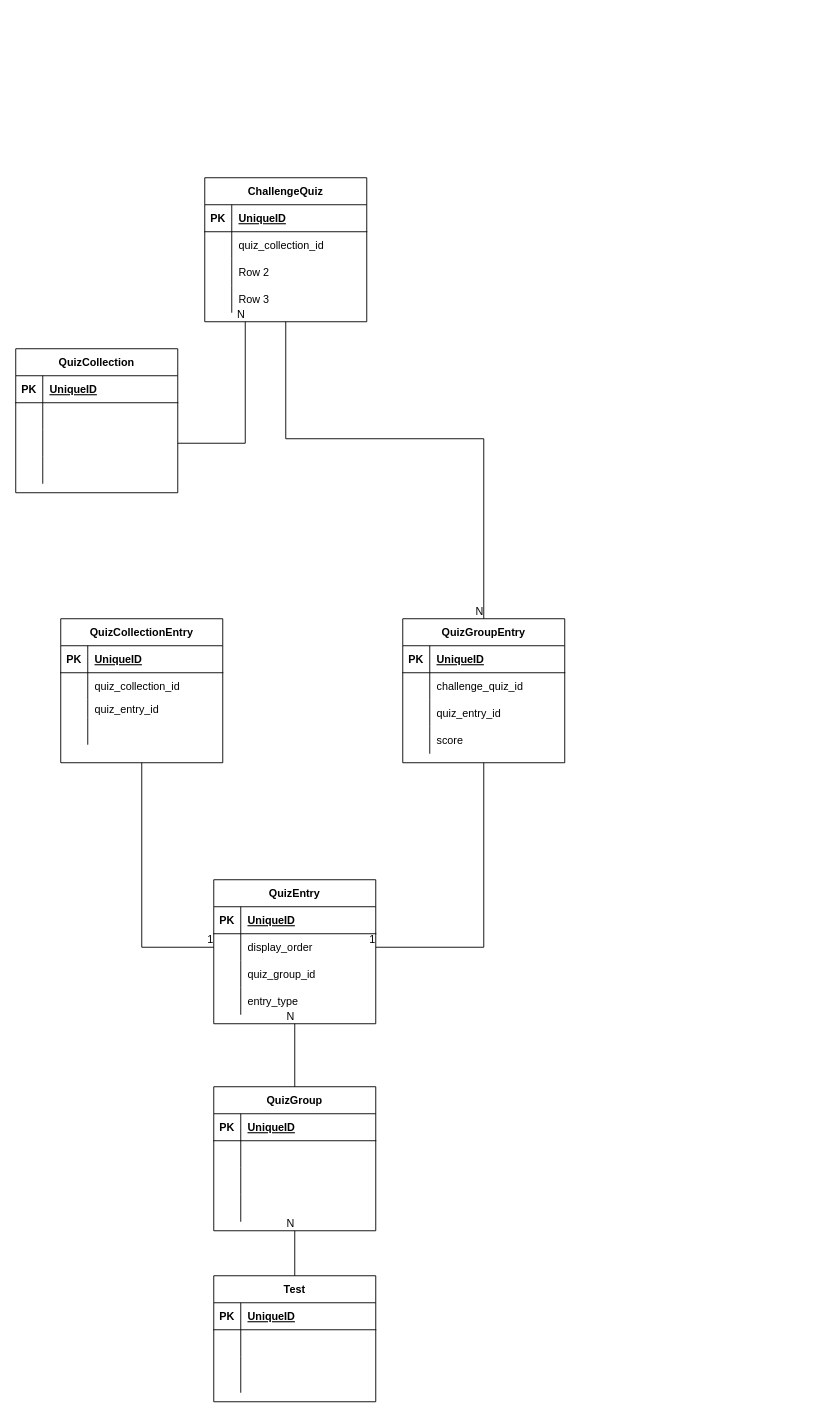
Earlier version of the draw.io diagram quiz.drawio (Parkyes90/arch_draw). Source tidied: cells renumbered, new cells numbered last; positions are measured from the earlier drawing's top-left corner, leaving out a move shared by most shapes. Both pictures are drawn from the tidied source at 90%, with x=0, y=0 at pixel (15, 177).
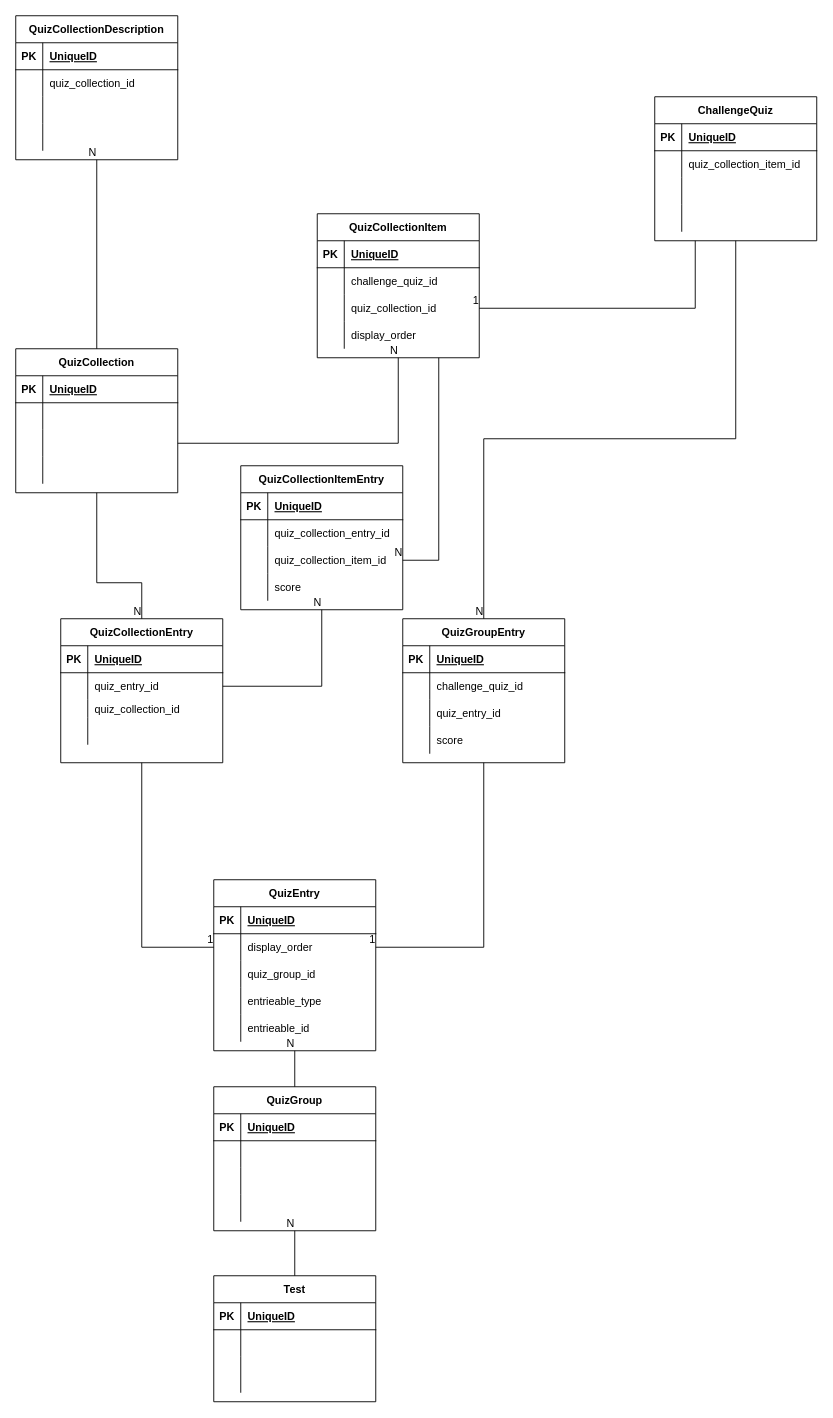
After the change.

Unchanged cells that the change refers to:
```xml
<mxCell id="37" style="shape=partialRectangle;fillColor=none;top=0;left=0;bottom=0;right=0;" parent="27" vertex="1">
  <mxGeometry y="120" width="180" height="30" as="geometry" />
</mxCell>
<mxCell id="42" value="QuizGroupEntry" style="shape=table;startSize=30;childLayout=tableLayout;rowLines=0;fontStyle=1;align=center;" parent="1" vertex="1">
  <mxGeometry x="430" y="490" width="180" height="160" as="geometry" />
</mxCell>
<mxCell id="55" value="QuizCollectionEntry" style="shape=table;startSize=30;childLayout=tableLayout;rowLines=0;fontStyle=1;align=center;" parent="1" vertex="1">
  <mxGeometry x="50" y="490" width="180" height="160" as="geometry" />
</mxCell>
<mxCell id="59" style="shape=partialRectangle;fillColor=none;top=0;left=0;bottom=0;right=0;points=[[0,0.5],[1,0.5]];portConstraint=eastwest;" parent="55" vertex="1">
  <mxGeometry y="60" width="180" height="30" as="geometry" />
</mxCell>
<mxCell id="62" style="shape=partialRectangle;fillColor=none;top=0;left=0;bottom=0;right=0;" parent="55" vertex="1">
  <mxGeometry y="90" width="180" height="20" as="geometry" />
</mxCell>
<mxCell id="76" style="shape=partialRectangle;fillColor=none;top=0;left=0;bottom=0;right=0;" parent="72" vertex="1">
  <mxGeometry y="60" width="180" height="30" as="geometry" />
</mxCell>
<mxCell id="79" style="shape=partialRectangle;fillColor=none;top=0;left=0;bottom=0;right=0;" parent="72" vertex="1">
  <mxGeometry y="90" width="180" height="30" as="geometry" />
</mxCell>
<mxCell id="82" style="shape=partialRectangle;fillColor=none;top=0;left=0;bottom=0;right=0;" parent="72" vertex="1">
  <mxGeometry y="120" width="180" height="30" as="geometry" />
</mxCell>
<mxCell id="89" value="QuizCollection" style="shape=table;startSize=30;childLayout=tableLayout;rowLines=0;fontStyle=1;align=center;" parent="1" vertex="1">
  <mxGeometry y="190" width="180" height="160" as="geometry" />
</mxCell>
<mxCell id="96" style="shape=partialRectangle;fillColor=none;top=0;left=0;bottom=0;right=0;points=[[0,0.5],[1,0.5]];portConstraint=eastwest;" parent="89" vertex="1">
  <mxGeometry y="90" width="180" height="30" as="geometry" />
</mxCell>
```

The edit, as a diff of the source:
```diff
@@
     <mxCell id="27" value="QuizEntry" style="shape=table;startSize=30;childLayout=tableLayout;rowLines=0;fontStyle=1;align=center;" parent="1" vertex="1">
-      <mxGeometry x="220" y="780" width="180" height="160" as="geometry" />
+      <mxGeometry x="220" y="780" width="180" height="190" as="geometry" />
     </mxCell>
@@
-    <mxCell id="39" value="entry_type" style="shape=partialRectangle;fillColor=none;top=0;left=0;bottom=0;right=0;align=left;spacingLeft=6;overflow=hidden;" parent="37" vertex="1">
+    <mxCell id="39" value="entrieable_type" style="shape=partialRectangle;fillColor=none;top=0;left=0;bottom=0;right=0;align=left;spacingLeft=6;overflow=hidden;" parent="37" vertex="1">
       <mxGeometry x="30" width="150" height="30" as="geometry" />
     </mxCell>
+    <mxCell id="102" style="shape=partialRectangle;fillColor=none;top=0;left=0;bottom=0;right=0;" parent="27" vertex="1">
+      <mxGeometry y="150" width="180" height="30" as="geometry" />
+    </mxCell>
+    <mxCell id="103" style="shape=partialRectangle;fillColor=none;top=0;left=0;bottom=0;right=0;overflow=hidden;" parent="102" vertex="1">
+      <mxGeometry width="30" height="30" as="geometry" />
+    </mxCell>
+    <mxCell id="104" value="entrieable_id" style="shape=partialRectangle;fillColor=none;top=0;left=0;bottom=0;right=0;align=left;spacingLeft=6;overflow=hidden;" parent="102" vertex="1">
+      <mxGeometry x="30" width="150" height="30" as="geometry" />
+    </mxCell>
@@
-    <mxCell id="61" value="quiz_collection_id" style="shape=partialRectangle;fillColor=none;top=0;left=0;bottom=0;right=0;align=left;spacingLeft=6;overflow=hidden;" parent="59" vertex="1">
+    <mxCell id="61" value="quiz_entry_id" style="shape=partialRectangle;fillColor=none;top=0;left=0;bottom=0;right=0;align=left;spacingLeft=6;overflow=hidden;" parent="59" vertex="1">
       <mxGeometry x="30" width="150" height="30" as="geometry" />
     </mxCell>
@@
-    <mxCell id="64" value="quiz_entry_id" style="shape=partialRectangle;fillColor=none;top=0;left=0;bottom=0;right=0;align=left;spacingLeft=6;overflow=hidden;" parent="62" vertex="1">
+    <mxCell id="64" value="quiz_collection_id" style="shape=partialRectangle;fillColor=none;top=0;left=0;bottom=0;right=0;align=left;spacingLeft=6;overflow=hidden;" parent="62" vertex="1">
       <mxGeometry x="30" width="150" height="20" as="geometry" />
     </mxCell>
@@
     <mxCell id="72" value="ChallengeQuiz" style="shape=table;startSize=30;childLayout=tableLayout;rowLines=0;fontStyle=1;align=center;" parent="1" vertex="1">
-      <mxGeometry x="210" width="180" height="160" as="geometry" />
+      <mxGeometry x="710" y="-90" width="180" height="160" as="geometry" />
     </mxCell>
@@
-    <mxCell id="78" value="quiz_collection_id" style="shape=partialRectangle;fillColor=none;top=0;left=0;bottom=0;right=0;align=left;spacingLeft=6;overflow=hidden;" parent="76" vertex="1">
+    <mxCell id="78" value="quiz_collection_item_id" style="shape=partialRectangle;fillColor=none;top=0;left=0;bottom=0;right=0;align=left;spacingLeft=6;overflow=hidden;" parent="76" vertex="1">
       <mxGeometry x="30" width="150" height="30" as="geometry" />
     </mxCell>
@@
-    <mxCell id="81" value="Row 2" style="shape=partialRectangle;fillColor=none;top=0;left=0;bottom=0;right=0;align=left;spacingLeft=6;overflow=hidden;" parent="79" vertex="1">
+    <mxCell id="81" style="shape=partialRectangle;fillColor=none;top=0;left=0;bottom=0;right=0;align=left;spacingLeft=6;overflow=hidden;" parent="79" vertex="1">
       <mxGeometry x="30" width="150" height="30" as="geometry" />
     </mxCell>
@@
-    <mxCell id="84" value="Row 3" style="shape=partialRectangle;fillColor=none;top=0;left=0;bottom=0;right=0;align=left;spacingLeft=6;overflow=hidden;" parent="82" vertex="1">
+    <mxCell id="84" style="shape=partialRectangle;fillColor=none;top=0;left=0;bottom=0;right=0;align=left;spacingLeft=6;overflow=hidden;" parent="82" vertex="1">
       <mxGeometry x="30" width="150" height="30" as="geometry" />
     </mxCell>
     <mxCell id="85" style="endArrow=none;html=1;rounded=0;exitX=0.5;exitY=1;exitDx=0;exitDy=0;entryX=0.5;entryY=0;entryDx=0;entryDy=0;" parent="1" edge="1" source="72" target="42">
       <mxGeometry relative="1" as="geometry">
         <Array as="points">
-          <mxPoint x="300" y="290" />
+          <mxPoint x="800" y="290" />
           <mxPoint x="520" y="290" />
         </Array>
       </mxGeometry>
     </mxCell>
@@
-    <mxCell id="87" style="endArrow=none;html=1;rounded=0;entryX=0.25;entryY=1;entryDx=0;entryDy=0;exitX=1;exitY=0.5;exitDx=0;exitDy=0;" parent="1" edge="1" source="96" target="72">
-      <mxGeometry relative="1" as="geometry">
-        <Array as="points">
-          <mxPoint x="255" y="295" />
-        </Array>
-      </mxGeometry>
-    </mxCell>
-    <mxCell id="88" value="N" style="html=1;align=right;verticalAlign=bottom;" parent="87" vertex="1">
-      <mxGeometry x="1" relative="1" as="geometry" />
-    </mxCell>
@@
+    <mxCell id="105" value="QuizCollectionDescription" style="shape=table;startSize=30;childLayout=tableLayout;rowLines=0;fontStyle=1;align=center;" parent="1" vertex="1">
+      <mxGeometry y="-180" width="180" height="160" as="geometry" />
+    </mxCell>
+    <mxCell id="106" style="shape=partialRectangle;fillColor=none;top=0;left=0;bottom=1;right=0;" parent="105" vertex="1">
+      <mxGeometry y="30" width="180" height="30" as="geometry" />
+    </mxCell>
+    <mxCell id="107" value="PK" style="shape=partialRectangle;fillColor=none;top=0;left=0;bottom=0;right=0;fontStyle=1;overflow=hidden;" parent="106" vertex="1">
+      <mxGeometry width="30" height="30" as="geometry" />
+    </mxCell>
+    <mxCell id="108" value="UniqueID" style="shape=partialRectangle;fillColor=none;top=0;left=0;bottom=0;right=0;align=left;spacingLeft=6;fontStyle=5;overflow=hidden;" parent="106" vertex="1">
+      <mxGeometry x="30" width="150" height="30" as="geometry" />
+    </mxCell>
+    <mxCell id="109" style="shape=partialRectangle;fillColor=none;top=0;left=0;bottom=0;right=0;" parent="105" vertex="1">
+      <mxGeometry y="60" width="180" height="30" as="geometry" />
+    </mxCell>
+    <mxCell id="110" style="shape=partialRectangle;fillColor=none;top=0;left=0;bottom=0;right=0;overflow=hidden;" parent="109" vertex="1">
+      <mxGeometry width="30" height="30" as="geometry" />
+    </mxCell>
+    <mxCell id="111" value="quiz_collection_id" style="shape=partialRectangle;fillColor=none;top=0;left=0;bottom=0;right=0;align=left;spacingLeft=6;overflow=hidden;" parent="109" vertex="1">
+      <mxGeometry x="30" width="150" height="30" as="geometry" />
+    </mxCell>
+    <mxCell id="112" style="shape=partialRectangle;fillColor=none;top=0;left=0;bottom=0;right=0;" parent="105" vertex="1">
+      <mxGeometry y="90" width="180" height="30" as="geometry" />
+    </mxCell>
+    <mxCell id="113" style="shape=partialRectangle;fillColor=none;top=0;left=0;bottom=0;right=0;overflow=hidden;" parent="112" vertex="1">
+      <mxGeometry width="30" height="30" as="geometry" />
+    </mxCell>
+    <mxCell id="114" style="shape=partialRectangle;fillColor=none;top=0;left=0;bottom=0;right=0;align=left;spacingLeft=6;overflow=hidden;" parent="112" vertex="1">
+      <mxGeometry x="30" width="150" height="30" as="geometry" />
+    </mxCell>
+    <mxCell id="115" style="shape=partialRectangle;fillColor=none;top=0;left=0;bottom=0;right=0;" parent="105" vertex="1">
+      <mxGeometry y="120" width="180" height="30" as="geometry" />
+    </mxCell>
+    <mxCell id="116" style="shape=partialRectangle;fillColor=none;top=0;left=0;bottom=0;right=0;overflow=hidden;" parent="115" vertex="1">
+      <mxGeometry width="30" height="30" as="geometry" />
+    </mxCell>
+    <mxCell id="117" style="shape=partialRectangle;fillColor=none;top=0;left=0;bottom=0;right=0;align=left;spacingLeft=6;overflow=hidden;" parent="115" vertex="1">
+      <mxGeometry x="30" width="150" height="30" as="geometry" />
+    </mxCell>
+    <mxCell id="118" style="endArrow=none;html=1;rounded=0;entryX=0.5;entryY=1;entryDx=0;entryDy=0;exitX=0.5;exitY=0;exitDx=0;exitDy=0;" parent="1" edge="1" source="89" target="105">
+      <mxGeometry relative="1" as="geometry" />
+    </mxCell>
+    <mxCell id="119" value="N" style="html=1;align=right;verticalAlign=bottom;" parent="118" vertex="1">
+      <mxGeometry x="1" relative="1" as="geometry" />
+    </mxCell>
+    <mxCell id="120" value="QuizCollectionItem" style="shape=table;startSize=30;childLayout=tableLayout;rowLines=0;fontStyle=1;align=center;" parent="1" vertex="1">
+      <mxGeometry x="335" y="40" width="180" height="160" as="geometry" />
+    </mxCell>
+    <mxCell id="121" style="shape=partialRectangle;fillColor=none;top=0;left=0;bottom=1;right=0;" parent="120" vertex="1">
+      <mxGeometry y="30" width="180" height="30" as="geometry" />
+    </mxCell>
+    <mxCell id="122" value="PK" style="shape=partialRectangle;fillColor=none;top=0;left=0;bottom=0;right=0;fontStyle=1;overflow=hidden;" parent="121" vertex="1">
+      <mxGeometry width="30" height="30" as="geometry" />
+    </mxCell>
+    <mxCell id="123" value="UniqueID" style="shape=partialRectangle;fillColor=none;top=0;left=0;bottom=0;right=0;align=left;spacingLeft=6;fontStyle=5;overflow=hidden;" parent="121" vertex="1">
+      <mxGeometry x="30" width="150" height="30" as="geometry" />
+    </mxCell>
+    <mxCell id="124" style="shape=partialRectangle;fillColor=none;top=0;left=0;bottom=0;right=0;" parent="120" vertex="1">
+      <mxGeometry y="60" width="180" height="30" as="geometry" />
+    </mxCell>
+    <mxCell id="125" style="shape=partialRectangle;fillColor=none;top=0;left=0;bottom=0;right=0;overflow=hidden;" parent="124" vertex="1">
+      <mxGeometry width="30" height="30" as="geometry" />
+    </mxCell>
+    <mxCell id="126" value="challenge_quiz_id" style="shape=partialRectangle;fillColor=none;top=0;left=0;bottom=0;right=0;align=left;spacingLeft=6;overflow=hidden;" parent="124" vertex="1">
+      <mxGeometry x="30" width="150" height="30" as="geometry" />
+    </mxCell>
+    <mxCell id="127" style="shape=partialRectangle;fillColor=none;top=0;left=0;bottom=0;right=0;points=[[0,0.5],[1,0.5]];portConstraint=eastwest;" parent="120" vertex="1">
+      <mxGeometry y="90" width="180" height="30" as="geometry" />
+    </mxCell>
+    <mxCell id="128" style="shape=partialRectangle;fillColor=none;top=0;left=0;bottom=0;right=0;overflow=hidden;" parent="127" vertex="1">
+      <mxGeometry width="30" height="30" as="geometry" />
+    </mxCell>
+    <mxCell id="129" value="quiz_collection_id" style="shape=partialRectangle;fillColor=none;top=0;left=0;bottom=0;right=0;align=left;spacingLeft=6;overflow=hidden;" parent="127" vertex="1">
+      <mxGeometry x="30" width="150" height="30" as="geometry" />
+    </mxCell>
+    <mxCell id="130" style="shape=partialRectangle;fillColor=none;top=0;left=0;bottom=0;right=0;" parent="120" vertex="1">
+      <mxGeometry y="120" width="180" height="30" as="geometry" />
+    </mxCell>
+    <mxCell id="131" style="shape=partialRectangle;fillColor=none;top=0;left=0;bottom=0;right=0;overflow=hidden;" parent="130" vertex="1">
+      <mxGeometry width="30" height="30" as="geometry" />
+    </mxCell>
+    <mxCell id="132" value="display_order" style="shape=partialRectangle;fillColor=none;top=0;left=0;bottom=0;right=0;align=left;spacingLeft=6;overflow=hidden;" parent="130" vertex="1">
+      <mxGeometry x="30" width="150" height="30" as="geometry" />
+    </mxCell>
+    <mxCell id="133" style="endArrow=none;html=1;rounded=0;entryX=1;entryY=0.5;entryDx=0;entryDy=0;exitX=0.25;exitY=1;exitDx=0;exitDy=0;" parent="1" edge="1" source="72" target="127">
+      <mxGeometry relative="1" as="geometry">
+        <Array as="points">
+          <mxPoint x="755" y="145" />
+        </Array>
+      </mxGeometry>
+    </mxCell>
+    <mxCell id="134" value="1" style="html=1;align=right;verticalAlign=bottom;" parent="133" vertex="1">
+      <mxGeometry x="1" relative="1" as="geometry" />
+    </mxCell>
+    <mxCell id="135" style="endArrow=none;html=1;rounded=0;exitX=1;exitY=0.5;exitDx=0;exitDy=0;entryX=0.5;entryY=1;entryDx=0;entryDy=0;" parent="1" edge="1" source="96" target="120">
+      <mxGeometry relative="1" as="geometry">
+        <Array as="points">
+          <mxPoint x="425" y="295" />
+        </Array>
+      </mxGeometry>
+    </mxCell>
+    <mxCell id="136" value="N" style="html=1;align=right;verticalAlign=bottom;" parent="135" vertex="1">
+      <mxGeometry x="1" relative="1" as="geometry" />
+    </mxCell>
+    <mxCell id="137" value="QuizCollectionItemEntry" style="shape=table;startSize=30;childLayout=tableLayout;rowLines=0;fontStyle=1;align=center;" parent="1" vertex="1">
+      <mxGeometry x="250" y="320" width="180" height="160" as="geometry" />
+    </mxCell>
+    <mxCell id="138" style="shape=partialRectangle;fillColor=none;top=0;left=0;bottom=1;right=0;" parent="137" vertex="1">
+      <mxGeometry y="30" width="180" height="30" as="geometry" />
+    </mxCell>
+    <mxCell id="139" value="PK" style="shape=partialRectangle;fillColor=none;top=0;left=0;bottom=0;right=0;fontStyle=1;overflow=hidden;" parent="138" vertex="1">
+      <mxGeometry width="30" height="30" as="geometry" />
+    </mxCell>
+    <mxCell id="140" value="UniqueID" style="shape=partialRectangle;fillColor=none;top=0;left=0;bottom=0;right=0;align=left;spacingLeft=6;fontStyle=5;overflow=hidden;" parent="138" vertex="1">
+      <mxGeometry x="30" width="150" height="30" as="geometry" />
+    </mxCell>
+    <mxCell id="141" style="shape=partialRectangle;fillColor=none;top=0;left=0;bottom=0;right=0;" parent="137" vertex="1">
+      <mxGeometry y="60" width="180" height="30" as="geometry" />
+    </mxCell>
+    <mxCell id="142" style="shape=partialRectangle;fillColor=none;top=0;left=0;bottom=0;right=0;overflow=hidden;" parent="141" vertex="1">
+      <mxGeometry width="30" height="30" as="geometry" />
+    </mxCell>
+    <mxCell id="143" value="quiz_collection_entry_id" style="shape=partialRectangle;fillColor=none;top=0;left=0;bottom=0;right=0;align=left;spacingLeft=6;overflow=hidden;" parent="141" vertex="1">
+      <mxGeometry x="30" width="150" height="30" as="geometry" />
+    </mxCell>
+    <mxCell id="144" style="shape=partialRectangle;fillColor=none;top=0;left=0;bottom=0;right=0;points=[[0,0.5],[1,0.5]];portConstraint=eastwest;" parent="137" vertex="1">
+      <mxGeometry y="90" width="180" height="30" as="geometry" />
+    </mxCell>
+    <mxCell id="145" style="shape=partialRectangle;fillColor=none;top=0;left=0;bottom=0;right=0;overflow=hidden;" parent="144" vertex="1">
+      <mxGeometry width="30" height="30" as="geometry" />
+    </mxCell>
+    <mxCell id="146" value="quiz_collection_item_id" style="shape=partialRectangle;fillColor=none;top=0;left=0;bottom=0;right=0;align=left;spacingLeft=6;overflow=hidden;" parent="144" vertex="1">
+      <mxGeometry x="30" width="150" height="30" as="geometry" />
+    </mxCell>
+    <mxCell id="147" style="shape=partialRectangle;fillColor=none;top=0;left=0;bottom=0;right=0;" parent="137" vertex="1">
+      <mxGeometry y="120" width="180" height="30" as="geometry" />
+    </mxCell>
+    <mxCell id="148" style="shape=partialRectangle;fillColor=none;top=0;left=0;bottom=0;right=0;overflow=hidden;" parent="147" vertex="1">
+      <mxGeometry width="30" height="30" as="geometry" />
+    </mxCell>
+    <mxCell id="149" value="score" style="shape=partialRectangle;fillColor=none;top=0;left=0;bottom=0;right=0;align=left;spacingLeft=6;overflow=hidden;" parent="147" vertex="1">
+      <mxGeometry x="30" width="150" height="30" as="geometry" />
+    </mxCell>
+    <mxCell id="150" style="endArrow=none;html=1;rounded=0;exitX=1;exitY=0.5;exitDx=0;exitDy=0;entryX=0.5;entryY=1;entryDx=0;entryDy=0;" parent="1" edge="1" source="59" target="137">
+      <mxGeometry relative="1" as="geometry">
+        <Array as="points">
+          <mxPoint x="340" y="565" />
+        </Array>
+      </mxGeometry>
+    </mxCell>
+    <mxCell id="151" value="N" style="html=1;align=right;verticalAlign=bottom;" parent="150" vertex="1">
+      <mxGeometry x="1" relative="1" as="geometry" />
+    </mxCell>
+    <mxCell id="152" style="endArrow=none;html=1;rounded=0;entryX=1;entryY=0.5;entryDx=0;entryDy=0;exitX=0.75;exitY=1;exitDx=0;exitDy=0;" parent="1" edge="1" source="120" target="144">
+      <mxGeometry relative="1" as="geometry">
+        <Array as="points">
+          <mxPoint x="470" y="425" />
+        </Array>
+      </mxGeometry>
+    </mxCell>
+    <mxCell id="153" value="N" style="html=1;align=right;verticalAlign=bottom;" parent="152" vertex="1">
+      <mxGeometry x="1" relative="1" as="geometry" />
+    </mxCell>
+    <mxCell id="154" style="endArrow=none;html=1;rounded=0;entryX=0.5;entryY=0;entryDx=0;entryDy=0;exitX=0.5;exitY=1;exitDx=0;exitDy=0;" parent="1" edge="1" source="89" target="55">
+      <mxGeometry relative="1" as="geometry">
+        <Array as="points">
+          <mxPoint x="90" y="450" />
+          <mxPoint x="140" y="450" />
+        </Array>
+      </mxGeometry>
+    </mxCell>
+    <mxCell id="155" value="N" style="html=1;align=right;verticalAlign=bottom;" parent="154" vertex="1">
+      <mxGeometry x="1" relative="1" as="geometry" />
+    </mxCell>
```
